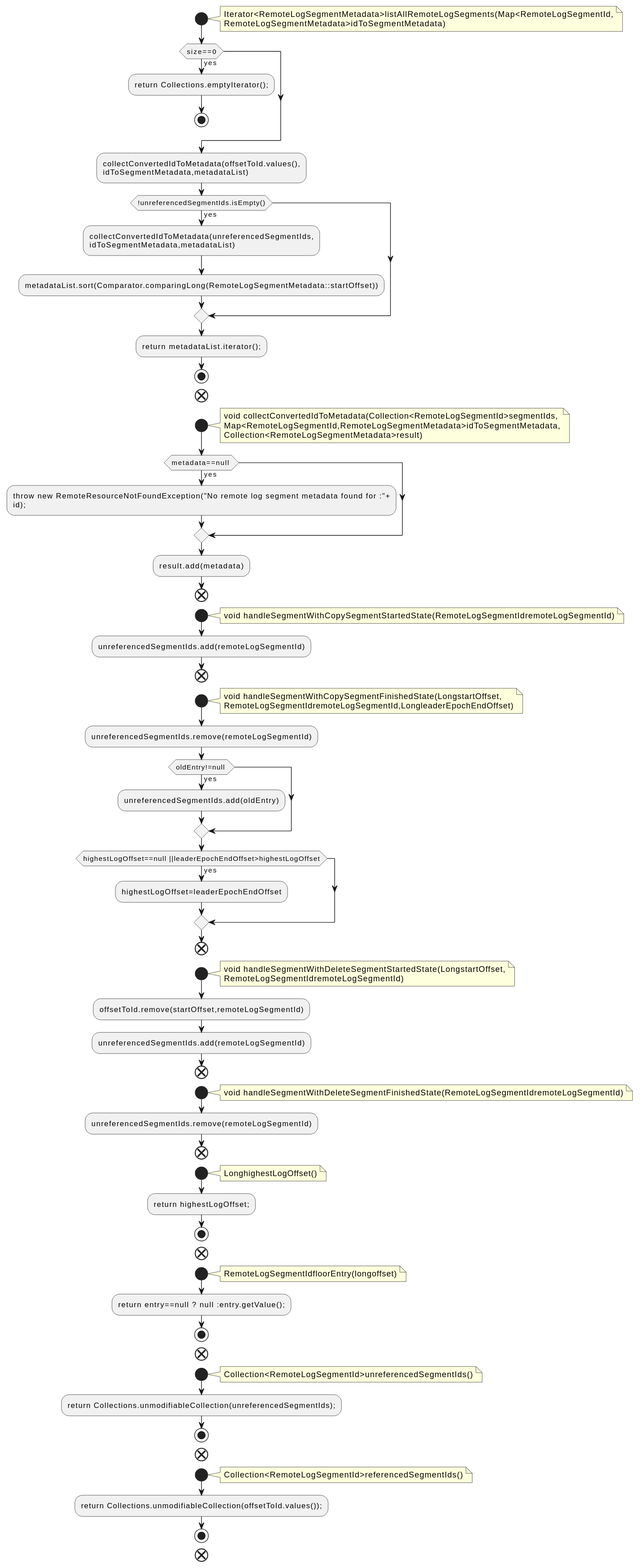
This is docs/qc/storage/src/main/java/org/apache/kafka/server/log/remote/metadata/storage/RemoteLogLeaderEpochState.java.fct.svg from qualitesys/kafka, a PlantUML export, as it was before one commit. Source of this version:
```plantuml
@startuml
!pragma layout smetana
start
note right
Iterator<RemoteLogSegmentMetadata>listAllRemoteLogSegments(Map<RemoteLogSegmentId,
RemoteLogSegmentMetadata>idToSegmentMetadata)
end note
if (size==0) then (yes)
:return Collections.emptyIterator();;
stop
endif
:collectConvertedIdToMetadata(offsetToId.values(),
idToSegmentMetadata,metadataList);
if (!unreferencedSegmentIds.isEmpty()) then (yes)
:collectConvertedIdToMetadata(unreferencedSegmentIds,
idToSegmentMetadata,metadataList);
:metadataList.sort(Comparator.comparingLong(RemoteLogSegmentMetadata::startOffset));
endif
:return metadataList.iterator();;
stop
end
start
note right
void collectConvertedIdToMetadata(Collection<RemoteLogSegmentId>segmentIds,
Map<RemoteLogSegmentId,RemoteLogSegmentMetadata>idToSegmentMetadata,
Collection<RemoteLogSegmentMetadata>result)
end note
if (metadata==null ) then (yes)
:throw new RemoteResourceNotFoundException("No remote log segment metadata found for :"+
id);;
endif
:result.add(metadata);
end
start
note right
void handleSegmentWithCopySegmentStartedState(RemoteLogSegmentIdremoteLogSegmentId)
end note
:unreferencedSegmentIds.add(remoteLogSegmentId);
end
start
note right
void handleSegmentWithCopySegmentFinishedState(LongstartOffset,
RemoteLogSegmentIdremoteLogSegmentId,LongleaderEpochEndOffset)
end note
:unreferencedSegmentIds.remove(remoteLogSegmentId);
if (oldEntry!=null ) then (yes)
:unreferencedSegmentIds.add(oldEntry);
endif
if (highestLogOffset==null ||leaderEpochEndOffset>highestLogOffset) then (yes)
:highestLogOffset=leaderEpochEndOffset;
endif
end
start
note right
void handleSegmentWithDeleteSegmentStartedState(LongstartOffset,
RemoteLogSegmentIdremoteLogSegmentId)
end note
:offsetToId.remove(startOffset,remoteLogSegmentId);
:unreferencedSegmentIds.add(remoteLogSegmentId);
end
start
note right
void handleSegmentWithDeleteSegmentFinishedState(RemoteLogSegmentIdremoteLogSegmentId)
end note
:unreferencedSegmentIds.remove(remoteLogSegmentId);
end
start
note right
LonghighestLogOffset()
end note
:return highestLogOffset;;
stop
end
start
note right
RemoteLogSegmentIdfloorEntry(longoffset)
end note
:return entry==null ? null :entry.getValue();;
stop
end
start
note right
Collection<RemoteLogSegmentId>unreferencedSegmentIds()
end note
:return Collections.unmodifiableCollection(unreferencedSegmentIds);;
stop
end
start
note right
Collection<RemoteLogSegmentId>referencedSegmentIds()
end note
:return Collections.unmodifiableCollection(offsetToId.values());;
stop
end
@enduml
```
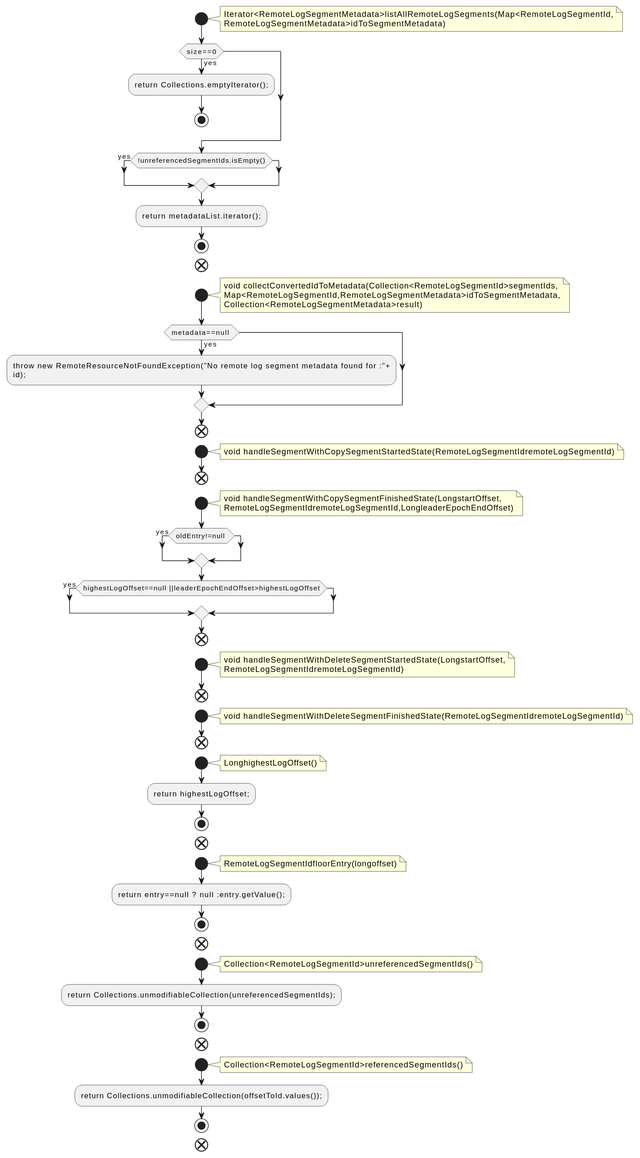
After the commit.

Diff of the diagram source:
```diff
@@ -9,12 +9,7 @@
 :return Collections.emptyIterator();;
 stop
 endif
-:collectConvertedIdToMetadata(offsetToId.values(),
-idToSegmentMetadata,metadataList);
 if (!unreferencedSegmentIds.isEmpty()) then (yes)
-:collectConvertedIdToMetadata(unreferencedSegmentIds,
-idToSegmentMetadata,metadataList);
-:metadataList.sort(Comparator.comparingLong(RemoteLogSegmentMetadata::startOffset));
 endif
 :return metadataList.iterator();;
 stop
@@ -29,25 +24,20 @@
 :throw new RemoteResourceNotFoundException("No remote log segment metadata found for :"+
 id);;
 endif
-:result.add(metadata);
 end
 start
 note right
 void handleSegmentWithCopySegmentStartedState(RemoteLogSegmentIdremoteLogSegmentId)
 end note
-:unreferencedSegmentIds.add(remoteLogSegmentId);
 end
 start
 note right
 void handleSegmentWithCopySegmentFinishedState(LongstartOffset,
 RemoteLogSegmentIdremoteLogSegmentId,LongleaderEpochEndOffset)
 end note
-:unreferencedSegmentIds.remove(remoteLogSegmentId);
 if (oldEntry!=null ) then (yes)
-:unreferencedSegmentIds.add(oldEntry);
 endif
 if (highestLogOffset==null ||leaderEpochEndOffset>highestLogOffset) then (yes)
-:highestLogOffset=leaderEpochEndOffset;
 endif
 end
 start
@@ -55,14 +45,11 @@
 void handleSegmentWithDeleteSegmentStartedState(LongstartOffset,
 RemoteLogSegmentIdremoteLogSegmentId)
 end note
-:offsetToId.remove(startOffset,remoteLogSegmentId);
-:unreferencedSegmentIds.add(remoteLogSegmentId);
 end
 start
 note right
 void handleSegmentWithDeleteSegmentFinishedState(RemoteLogSegmentIdremoteLogSegmentId)
 end note
-:unreferencedSegmentIds.remove(remoteLogSegmentId);
 end
 start
 note right
```
